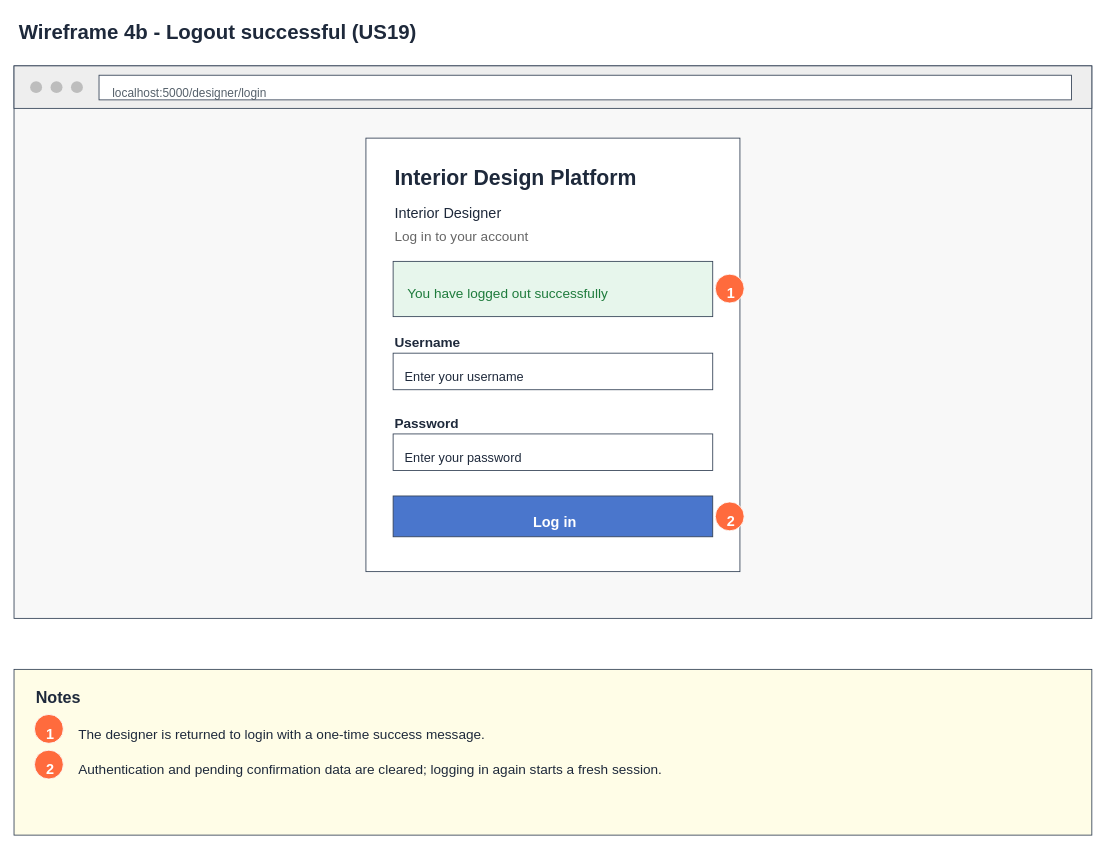
Earlier version of the draw.io diagram page "4b Wireframe - Logged out" (3 of 7) of Sprint_2/US19 - Interior Designer Log out/US19 Interior designer log out.drawio (Hanzxc/CSIT314-ARCHSS). Source tidied: cells renumbered, new cells numbered last; positions are measured from the earlier drawing's top-left corner, leaving out a move shared by most shapes. Both pictures are drawn from the tidied source at 85%, with x=0, y=0 at pixel (14, 14).
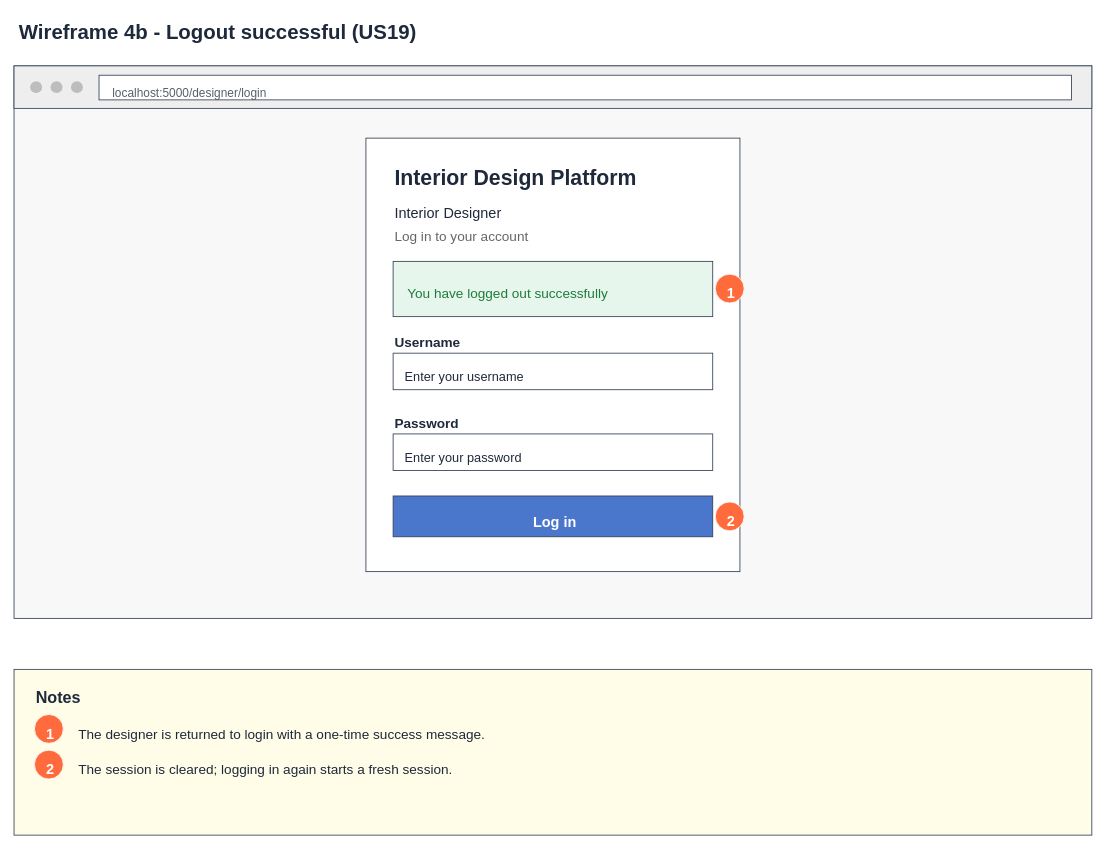
The same diagram, later.

The edit, as a diff of the source:
```diff
@@
-    <mxCell id="35" value="Authentication and pending confirmation data are cleared; logging in again starts a fresh session." style="text;html=0;align=left;verticalAlign=top;fontSize=16;fontStyle=0;fontColor=#1e293b;" parent="1" vertex="1">
+    <mxCell id="35" value="The session is cleared; logging in again starts a fresh session." style="text;html=0;align=left;verticalAlign=top;fontSize=16;fontStyle=0;fontColor=#1e293b;" parent="1" vertex="1">
       <mxGeometry x="74" y="873" width="1160" height="23" as="geometry" />
     </mxCell>
```
